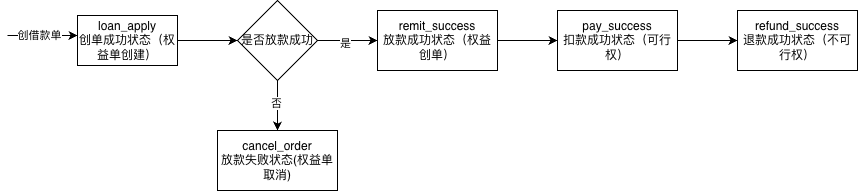
Before: 权益订单状态机.png, a diagram exported from draw.io (yuanlj-tea/picgo). Source tidied: cells renumbered, new cells last; positions are measured from the earlier drawing's top-left corner, leaving out a move shared by most shapes.
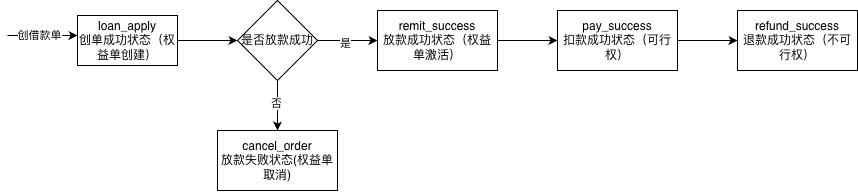
Later version of the same file.

Commit message:
更新权益订单状态机.png

The edit, as a diff of the source:
```diff
@@ -35,7 +35,7 @@
     <mxCell id="11" style="edgeStyle=orthogonalEdgeStyle;rounded=0;jettySize=auto;html=1;" parent="1" edge="1" source="12" target="15">
       <mxGeometry relative="1" as="geometry" />
     </mxCell>
-    <mxCell id="12" value="remit_success&lt;br&gt;放款成功状态（权益创单）" style="whiteSpace=wrap;html=1;rounded=0;" parent="1" vertex="1">
+    <mxCell id="12" value="remit_success&lt;br&gt;放款成功状态（权益单激活）" style="whiteSpace=wrap;html=1;rounded=0;" parent="1" vertex="1">
       <mxGeometry x="370" y="10" width="120" height="60" as="geometry" />
     </mxCell>
     <mxCell id="13" value="cancel_order&lt;br&gt;放款失败状态(权益单取消)" style="whiteSpace=wrap;html=1;rounded=0;" parent="1" vertex="1">
```
